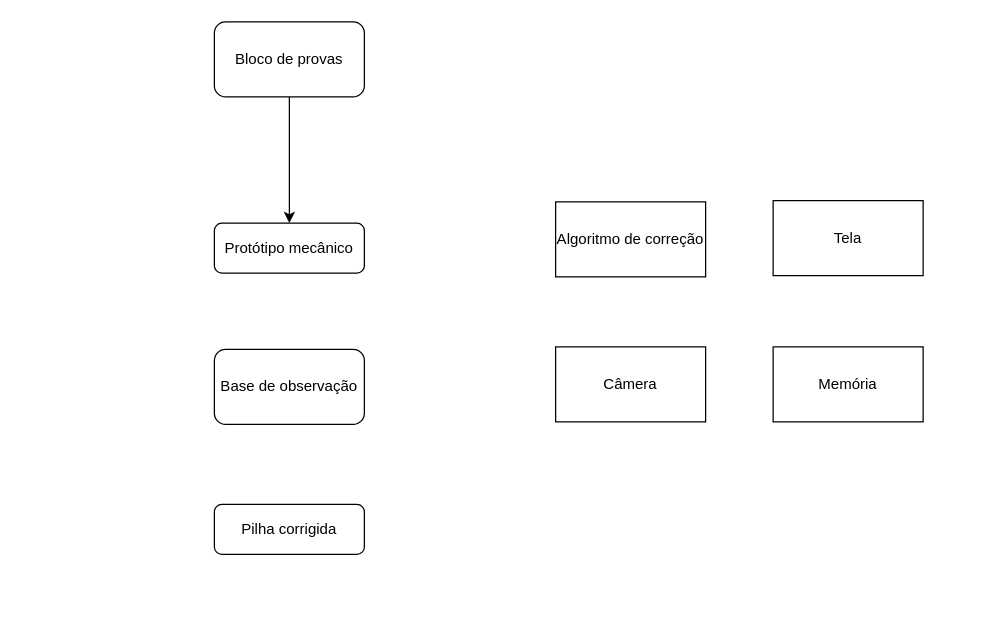
The draw.io diagram Teorias em andamento/Diagrama de blocos.drawio in Zex1011/Pi3-Fidelis-2023_1, before the edit. Source tidied: cells renumbered, new cells numbered last; positions are measured from the earlier drawing's top-left corner, leaving out a move shared by most shapes. Both pictures are drawn from the tidied source at 125%, with x=0, y=0 at pixel (214, 21).
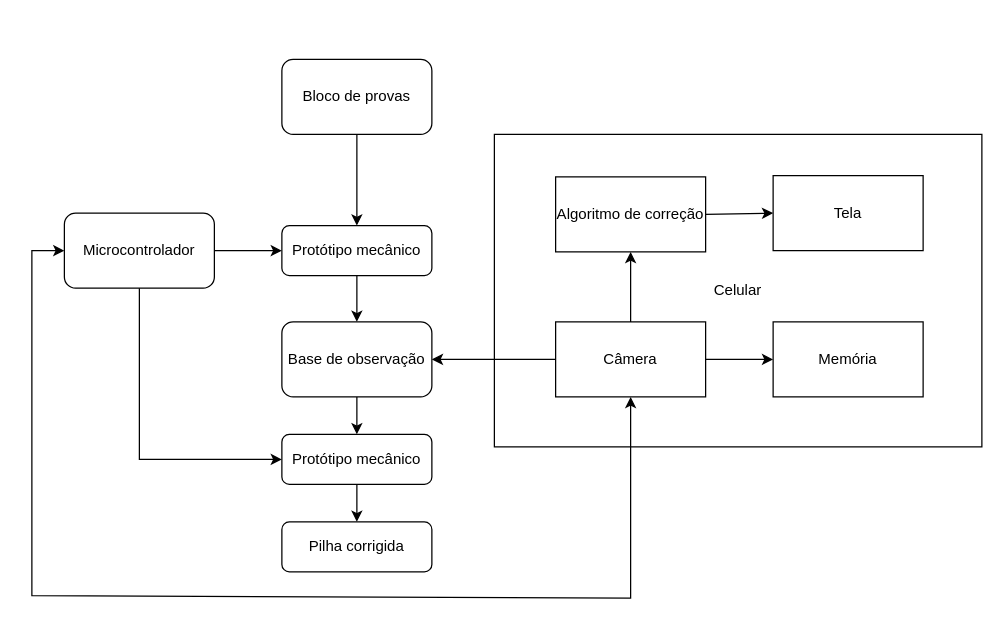
The same page after the edit.

What changed in the source:
```diff
@@
+    <mxCell id="11" value="Celular" style="rounded=0;whiteSpace=wrap;html=1;" parent="1" vertex="1">
+      <mxGeometry x="224" y="90" width="390" height="250" as="geometry" />
+    </mxCell>
     <mxCell id="2" value="&lt;div&gt;Protótipo mecânico&lt;/div&gt;" style="rounded=1;whiteSpace=wrap;html=1;fontSize=12;glass=0;strokeWidth=1;shadow=0;" parent="1" vertex="1">
-      <mxGeometry y="161" width="120" height="40" as="geometry" />
+      <mxGeometry x="54" y="163" width="120" height="40" as="geometry" />
     </mxCell>
     <mxCell id="3" value="Bloco de provas" style="rounded=1;whiteSpace=wrap;html=1;" parent="1" vertex="1">
-      <mxGeometry width="120" height="60" as="geometry" />
+      <mxGeometry x="54" y="30" width="120" height="60" as="geometry" />
     </mxCell>
@@
     <mxCell id="5" value="Base de observação" style="rounded=1;whiteSpace=wrap;html=1;" parent="1" vertex="1">
-      <mxGeometry y="262" width="120" height="60" as="geometry" />
+      <mxGeometry x="54" y="240" width="120" height="60" as="geometry" />
     </mxCell>
     <mxCell id="6" value="Câmera" style="rounded=0;whiteSpace=wrap;html=1;" parent="1" vertex="1">
-      <mxGeometry x="273" y="260" width="120" height="60" as="geometry" />
+      <mxGeometry x="273" y="240" width="120" height="60" as="geometry" />
     </mxCell>
     <mxCell id="7" value="&lt;div&gt;Algoritmo de correção&lt;/div&gt;" style="rounded=0;whiteSpace=wrap;html=1;" parent="1" vertex="1">
-      <mxGeometry x="273" y="144" width="120" height="60" as="geometry" />
+      <mxGeometry x="273" y="124" width="120" height="60" as="geometry" />
     </mxCell>
     <mxCell id="8" value="Pilha corrigida" style="rounded=1;whiteSpace=wrap;html=1;fontSize=12;glass=0;strokeWidth=1;shadow=0;" parent="1" vertex="1">
-      <mxGeometry y="386" width="120" height="40" as="geometry" />
+      <mxGeometry x="54" y="400" width="120" height="40" as="geometry" />
     </mxCell>
     <mxCell id="9" value="Memória" style="rounded=0;whiteSpace=wrap;html=1;" parent="1" vertex="1">
-      <mxGeometry x="447" y="260" width="120" height="60" as="geometry" />
+      <mxGeometry x="447" y="240" width="120" height="60" as="geometry" />
     </mxCell>
     <mxCell id="10" value="Tela" style="rounded=0;whiteSpace=wrap;html=1;" parent="1" vertex="1">
-      <mxGeometry x="447" y="143" width="120" height="60" as="geometry" />
+      <mxGeometry x="447" y="123" width="120" height="60" as="geometry" />
     </mxCell>
+    <mxCell id="12" style="endArrow=classic;html=1;rounded=0;exitX=0;exitY=0.5;exitDx=0;exitDy=0;entryX=1;entryY=0.5;entryDx=0;entryDy=0;" parent="1" edge="1" source="6" target="5">
+      <mxGeometry relative="1" as="geometry" />
+    </mxCell>
+    <mxCell id="13" style="endArrow=classic;html=1;rounded=0;exitX=0.5;exitY=1;exitDx=0;exitDy=0;entryX=0.5;entryY=0;entryDx=0;entryDy=0;" parent="1" edge="1" source="2" target="5">
+      <mxGeometry relative="1" as="geometry" />
+    </mxCell>
+    <mxCell id="14" value="Microcontrolador" style="rounded=1;whiteSpace=wrap;html=1;" parent="1" vertex="1">
+      <mxGeometry x="-120" y="153" width="120" height="60" as="geometry" />
+    </mxCell>
+    <mxCell id="15" style="endArrow=classic;html=1;rounded=0;exitX=1;exitY=0.5;exitDx=0;exitDy=0;entryX=0;entryY=0.5;entryDx=0;entryDy=0;" parent="1" edge="1" source="14" target="2">
+      <mxGeometry relative="1" as="geometry" />
+    </mxCell>
+    <mxCell id="16" value="&lt;div&gt;Protótipo mecânico&lt;/div&gt;" style="rounded=1;whiteSpace=wrap;html=1;fontSize=12;glass=0;strokeWidth=1;shadow=0;" parent="1" vertex="1">
+      <mxGeometry x="54" y="330" width="120" height="40" as="geometry" />
+    </mxCell>
+    <mxCell id="17" style="endArrow=classic;html=1;rounded=0;exitX=0.5;exitY=1;exitDx=0;exitDy=0;entryX=0;entryY=0.5;entryDx=0;entryDy=0;" parent="1" edge="1" source="14" target="16">
+      <mxGeometry relative="1" as="geometry">
+        <Array as="points">
+          <mxPoint x="-60" y="350" />
+        </Array>
+      </mxGeometry>
+    </mxCell>
+    <mxCell id="18" style="endArrow=classic;html=1;rounded=0;exitX=0.5;exitY=1;exitDx=0;exitDy=0;entryX=0.5;entryY=0;entryDx=0;entryDy=0;" parent="1" edge="1" source="5" target="16">
+      <mxGeometry relative="1" as="geometry" />
+    </mxCell>
+    <mxCell id="19" style="endArrow=classic;html=1;rounded=0;exitX=0.5;exitY=1;exitDx=0;exitDy=0;entryX=0.5;entryY=0;entryDx=0;entryDy=0;" parent="1" edge="1" source="16" target="8">
+      <mxGeometry relative="1" as="geometry" />
+    </mxCell>
+    <mxCell id="20" style="endArrow=classic;html=1;rounded=0;exitX=0.5;exitY=0;exitDx=0;exitDy=0;entryX=0.5;entryY=1;entryDx=0;entryDy=0;" parent="1" edge="1" source="6" target="7">
+      <mxGeometry relative="1" as="geometry" />
+    </mxCell>
+    <mxCell id="21" style="endArrow=classic;html=1;rounded=0;exitX=1;exitY=0.5;exitDx=0;exitDy=0;entryX=0;entryY=0.5;entryDx=0;entryDy=0;" parent="1" edge="1" source="6" target="9">
+      <mxGeometry relative="1" as="geometry" />
+    </mxCell>
+    <mxCell id="22" style="endArrow=classic;html=1;rounded=0;exitX=1;exitY=0.5;exitDx=0;exitDy=0;entryX=0;entryY=0.5;entryDx=0;entryDy=0;" parent="1" edge="1" source="7" target="10">
+      <mxGeometry relative="1" as="geometry" />
+    </mxCell>
+    <mxCell id="23" style="endArrow=classic;startArrow=classic;html=1;rounded=0;entryX=0.5;entryY=1;entryDx=0;entryDy=0;exitX=0;exitY=0.5;exitDx=0;exitDy=0;" parent="1" edge="1" source="14" target="6">
+      <mxGeometry relative="1" as="geometry">
+        <Array as="points">
+          <mxPoint x="-146" y="183" />
+          <mxPoint x="-146" y="459" />
+          <mxPoint x="333" y="461" />
+        </Array>
+      </mxGeometry>
+    </mxCell>
```
